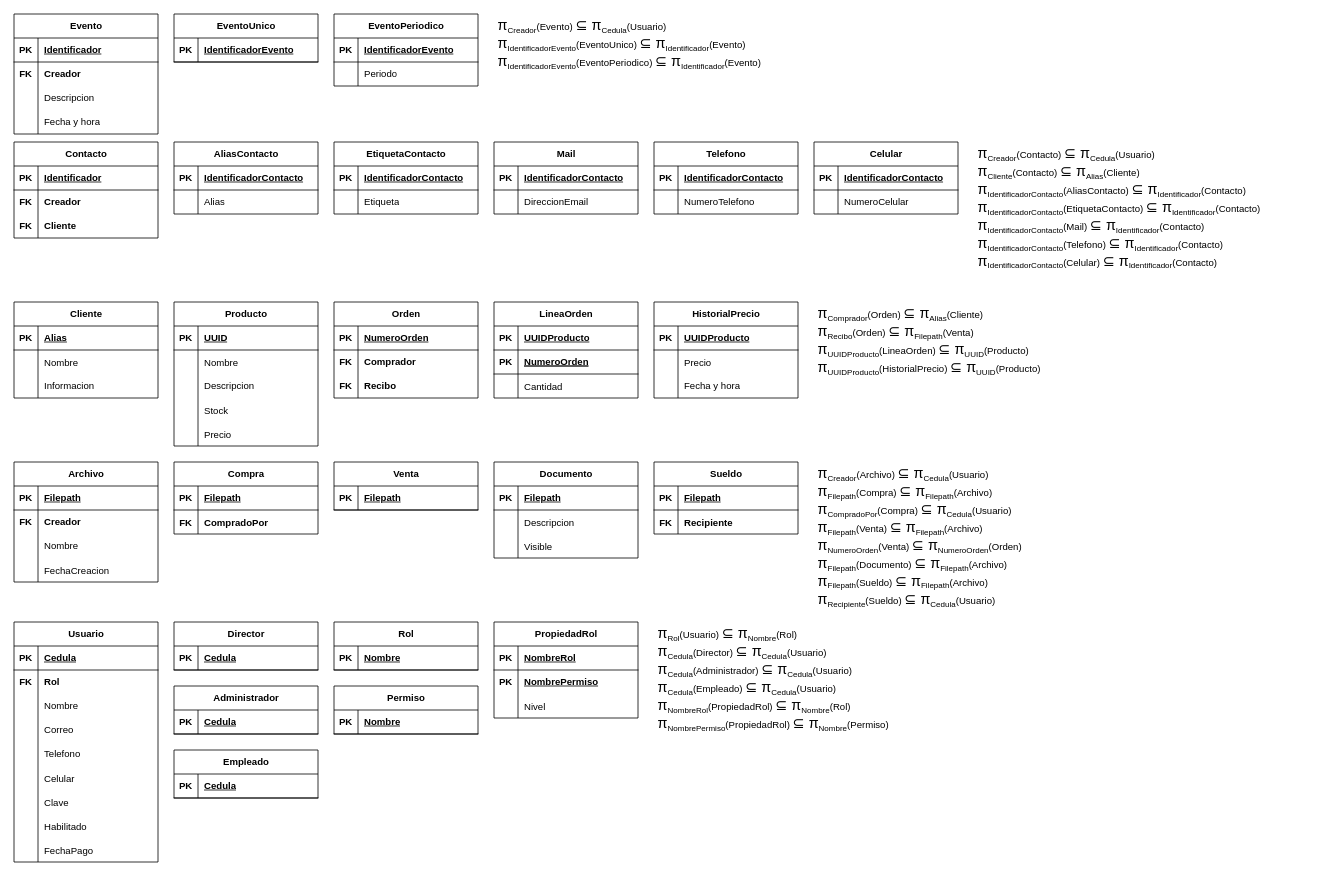
Earlier version of the draw.io diagram page "MR" (2 of 3) of LBBAS.drawio (Luningor/administracion-empresa). Source tidied: cells renumbered, new cells numbered last; positions are measured from the earlier drawing's top-left corner, leaving out a move shared by most shapes. Both pictures are drawn from the tidied source at 80%, with x=0, y=0 at pixel (14, 14).
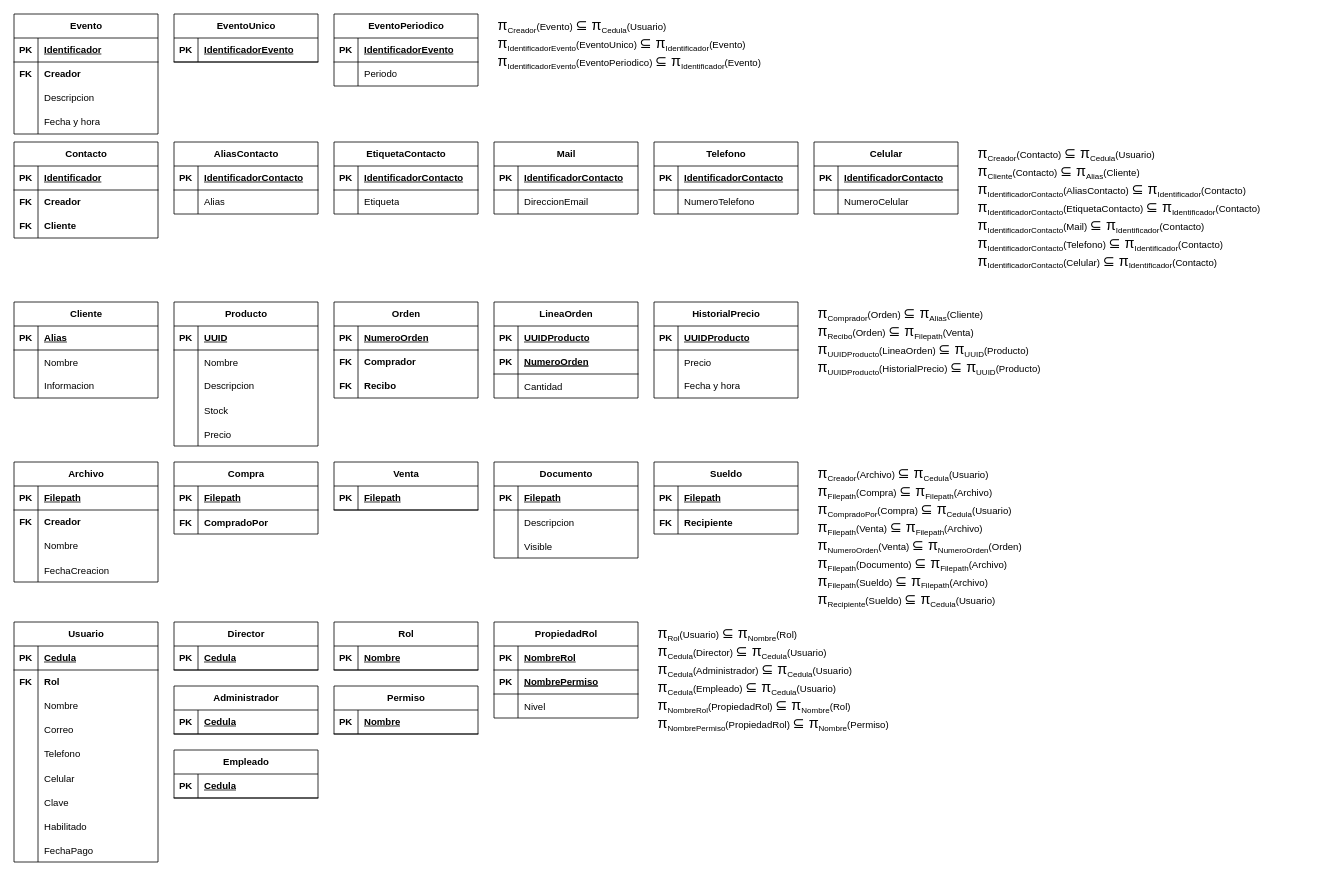
The same diagram, later.

The change refers to these unchanged cells:
```xml
<mxCell id="216" value="PropiedadRol" style="shape=table;startSize=30;childLayout=tableLayout;rowLines=0;fontStyle=1;align=center;html=1;" parent="1" vertex="1">
  <mxGeometry x="600" y="760" width="180" height="120" as="geometry" />
</mxCell>
```

Change to the diagram source:
```diff
@@
-    <mxCell id="220" style="shape=tableRow;horizontal=0;startSize=0;swimlaneHead=0;swimlaneBody=0;fillColor=none;top=0;left=0;right=0;bottom=0;" parent="216" vertex="1">
-      <mxGeometry y="60" width="180" height="30" as="geometry" />
-    </mxCell>
+    <mxCell id="233" style="shape=tableRow;horizontal=0;startSize=0;swimlaneHead=0;swimlaneBody=0;fillColor=none;top=0;left=0;right=0;bottom=1;" parent="216" vertex="1">
+      <mxGeometry y="60" width="180" height="30" as="geometry" />
+    </mxCell>
-    <mxCell id="221" value="PK" style="shape=partialRectangle;fillColor=none;top=0;left=0;bottom=0;right=0;fontStyle=1;overflow=hidden;whiteSpace=wrap;html=1;" parent="220" vertex="1">
+    <mxCell id="221" value="PK" style="shape=partialRectangle;fillColor=none;top=0;left=0;bottom=0;right=0;fontStyle=1;overflow=hidden;whiteSpace=wrap;html=1;" parent="233" vertex="1">
       <mxGeometry width="30" height="30" as="geometry" />
     </mxCell>
-    <mxCell id="222" value="&lt;span style=&quot;font-weight: 700;&quot;&gt;&lt;u&gt;NombrePermiso&lt;/u&gt;&lt;/span&gt;" style="shape=partialRectangle;fillColor=none;top=0;left=0;bottom=0;right=0;align=left;spacingLeft=6;fontStyle=0;overflow=hidden;whiteSpace=wrap;html=1;" parent="220" vertex="1">
+    <mxCell id="222" value="&lt;u&gt;NombrePermiso&lt;/u&gt;" style="shape=partialRectangle;fillColor=none;top=0;left=0;bottom=0;right=0;align=left;spacingLeft=6;fontStyle=5;overflow=hidden;whiteSpace=wrap;html=1;" parent="233" vertex="1">
       <mxGeometry x="30" width="150" height="30" as="geometry" />
     </mxCell>
```
